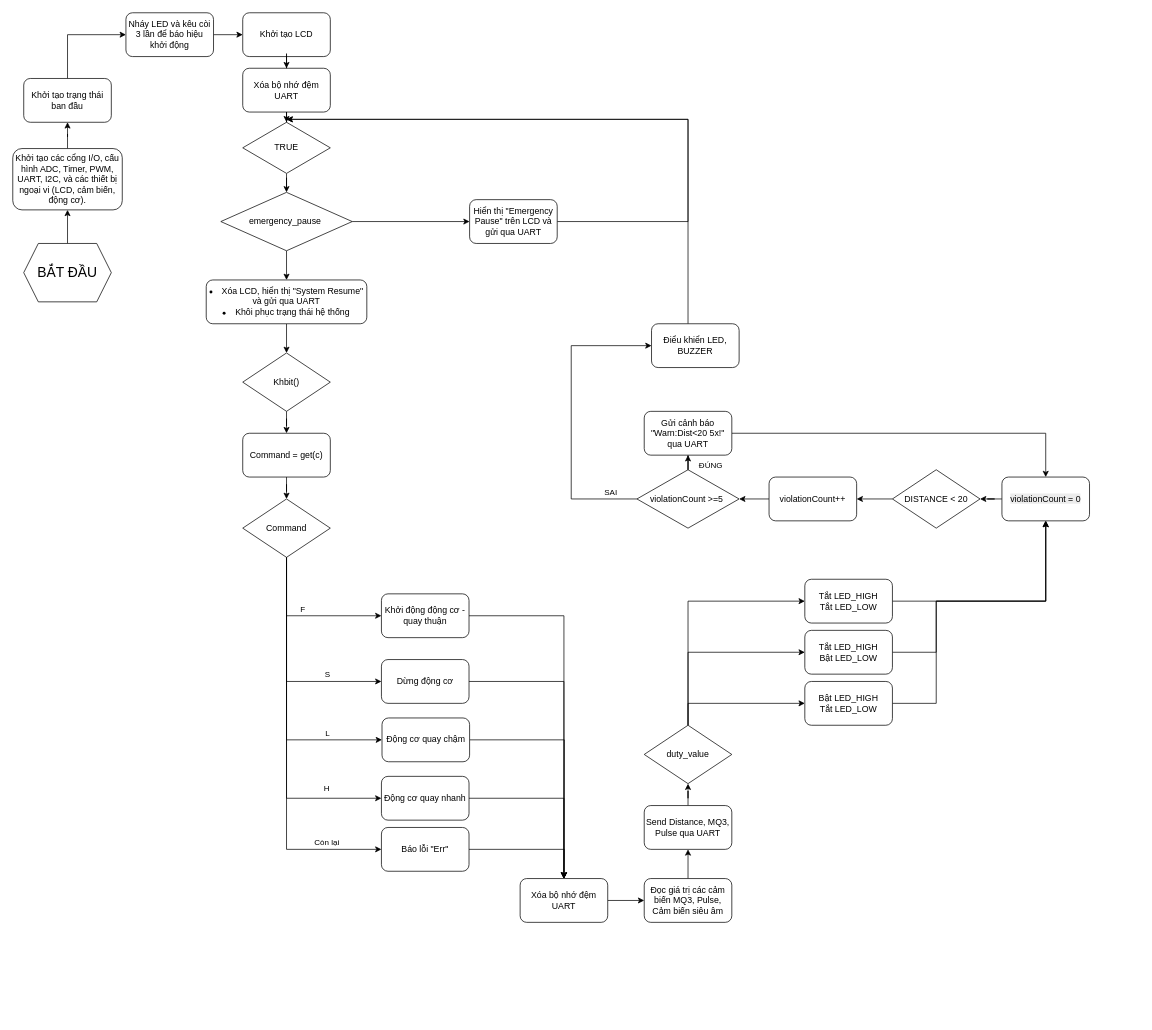
Before: Untitled Diagram.drawio in IyuiwR/PBL3, a draw.io diagram. Source tidied: cells renumbered, new cells numbered last; positions are measured from the earlier drawing's top-left corner, leaving out a move shared by most shapes. Both pictures are drawn from the tidied source at 73%, with x=0, y=0 at pixel (12, 12).
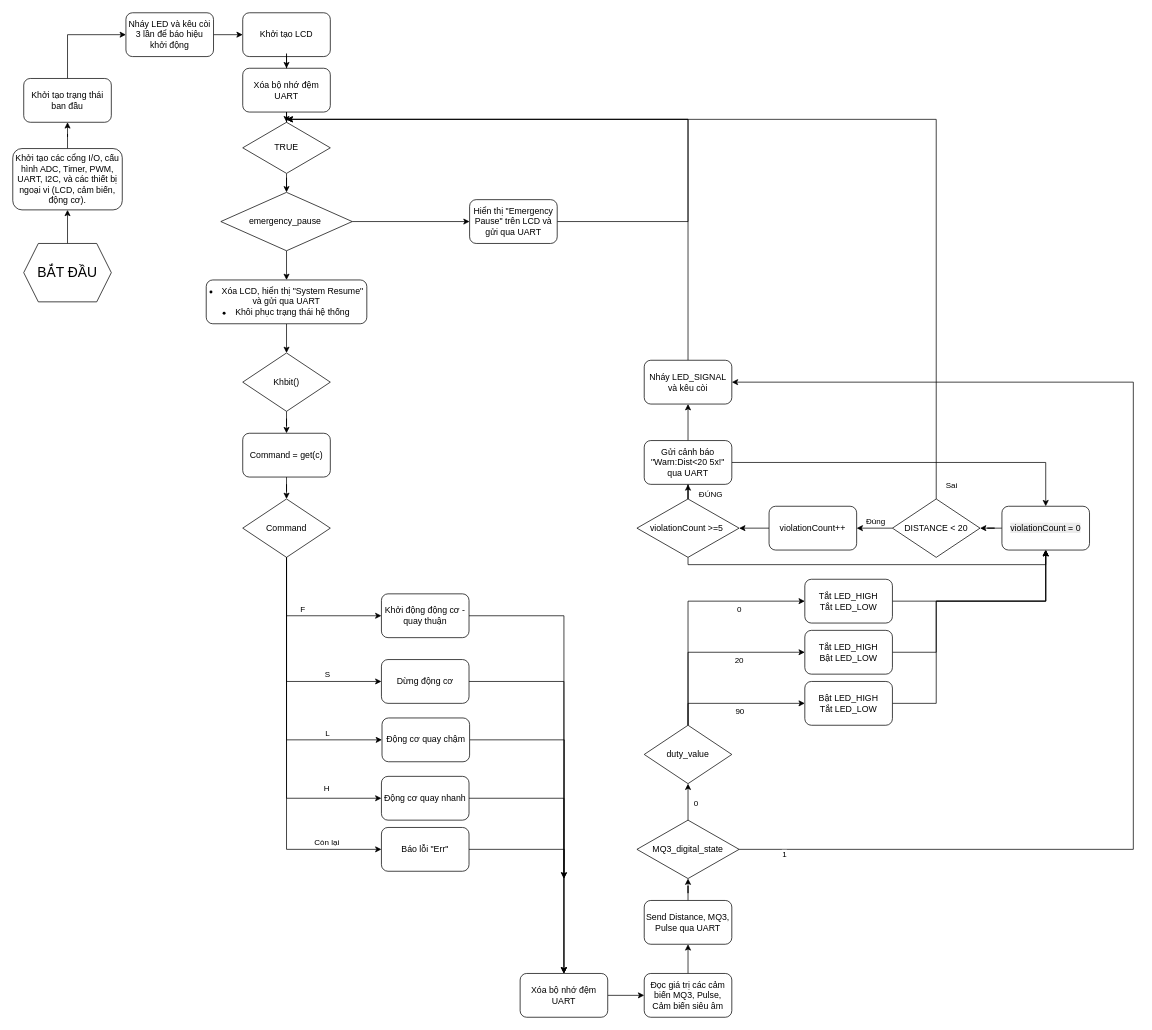
The same diagram, later.

Unchanged cells that the change refers to:
```xml
<mxCell id="56" style="edgeStyle=orthogonalEdgeStyle;rounded=0;jettySize=auto;html=1;entryX=0;entryY=0.5;entryDx=0;entryDy=0;" parent="1" edge="1" source="59" target="61">
  <mxGeometry relative="1" as="geometry">
    <Array as="points">
      <mxPoint x="925" y="946" />
    </Array>
  </mxGeometry>
</mxCell>
<mxCell id="57" style="edgeStyle=orthogonalEdgeStyle;rounded=0;jettySize=auto;html=1;entryX=0;entryY=0.5;entryDx=0;entryDy=0;" parent="1" edge="1" source="59" target="63">
  <mxGeometry relative="1" as="geometry">
    <Array as="points">
      <mxPoint x="925" y="876" />
    </Array>
  </mxGeometry>
</mxCell>
<mxCell id="58" style="edgeStyle=orthogonalEdgeStyle;rounded=0;jettySize=auto;html=1;entryX=0;entryY=0.5;entryDx=0;entryDy=0;" parent="1" edge="1" source="59" target="65">
  <mxGeometry relative="1" as="geometry">
    <Array as="points">
      <mxPoint x="925" y="806" />
    </Array>
  </mxGeometry>
</mxCell>
<mxCell id="59" value="duty_value" style="rhombus;whiteSpace=wrap;html=1;" parent="1" vertex="1">
  <mxGeometry x="865" y="976" width="120" height="80" as="geometry" />
</mxCell>
<mxCell id="66" style="edgeStyle=orthogonalEdgeStyle;rounded=0;jettySize=auto;html=1;" parent="1" edge="1" source="67" target="69">
  <mxGeometry relative="1" as="geometry" />
</mxCell>
```

Change to the diagram source:
```diff
@@
     <mxCell id="40" value="Xóa bộ nhớ đệm UART" style="rounded=1;whiteSpace=wrap;html=1;" parent="1" vertex="1">
-      <mxGeometry x="695" y="1186" width="120" height="60" as="geometry" />
+      <mxGeometry x="695" y="1316" width="120" height="60" as="geometry" />
     </mxCell>
@@
     <mxCell id="42" value="Đọc giá trị các cảm biến MQ3, Pulse, Cảm biến siêu âm" style="rounded=1;whiteSpace=wrap;html=1;" parent="1" vertex="1">
-      <mxGeometry x="865" y="1186" width="120" height="60" as="geometry" />
+      <mxGeometry x="865" y="1316" width="120" height="60" as="geometry" />
     </mxCell>
-    <mxCell id="43" style="edgeStyle=orthogonalEdgeStyle;rounded=0;jettySize=auto;html=1;" parent="1" edge="1" source="44" target="59">
-      <mxGeometry relative="1" as="geometry" />
-    </mxCell>
+    <mxCell id="79" style="edgeStyle=orthogonalEdgeStyle;rounded=0;jettySize=auto;html=1;" parent="1" edge="1" source="44" target="92">
+      <mxGeometry relative="1" as="geometry" />
+    </mxCell>
     <mxCell id="44" value="Send Distance,&amp;nbsp;&lt;span style=&quot;background-color: transparent; color: light-dark(rgb(0, 0, 0), rgb(255, 255, 255));&quot;&gt;MQ3, Pulse qua UART&lt;/span&gt;" style="rounded=1;whiteSpace=wrap;html=1;" parent="1" vertex="1">
-      <mxGeometry x="865" y="1086" width="120" height="60" as="geometry" />
+      <mxGeometry x="865" y="1216" width="120" height="60" as="geometry" />
     </mxCell>
-    <mxCell id="45" style="edgeStyle=orthogonalEdgeStyle;rounded=0;jettySize=auto;html=1;" parent="1" edge="1" source="46">
-      <mxGeometry relative="1" as="geometry">
-        <mxPoint x="375" y="146" as="targetPoint" />
-        <Array as="points">
-          <mxPoint x="925" y="146" />
-        </Array>
-      </mxGeometry>
-    </mxCell>
-    <mxCell id="46" value="Điểu khiển LED, BUZZER" style="rounded=1;whiteSpace=wrap;html=1;" parent="1" vertex="1">
-      <mxGeometry x="875" y="426" width="120" height="60" as="geometry" />
-    </mxCell>
@@
+    <mxCell id="80" value="90" style="edgeLabel;html=1;align=center;verticalAlign=middle;" parent="56" vertex="1">
+      <mxGeometry x="-0.01" y="-4" relative="1" as="geometry">
+        <mxPoint x="6" y="6" as="offset" />
+      </mxGeometry>
+    </mxCell>
@@
+    <mxCell id="81" value="20" style="edgeLabel;html=1;align=center;verticalAlign=middle;" parent="57" vertex="1">
+      <mxGeometry x="0.27" y="5" relative="1" as="geometry">
+        <mxPoint x="4" y="15" as="offset" />
+      </mxGeometry>
+    </mxCell>
@@
+    <mxCell id="82" value="0" style="edgeLabel;html=1;align=center;verticalAlign=middle;" parent="58" vertex="1">
+      <mxGeometry x="0.5" y="5" relative="1" as="geometry">
+        <mxPoint x="-9" y="15" as="offset" />
+      </mxGeometry>
+    </mxCell>
@@
+    <mxCell id="83" value="Đúng" style="edgeLabel;html=1;align=center;verticalAlign=middle;" parent="66" vertex="1">
+      <mxGeometry x="-0.03" y="2" relative="1" as="geometry">
+        <mxPoint y="-12" as="offset" />
+      </mxGeometry>
+    </mxCell>
+    <mxCell id="84" style="edgeStyle=orthogonalEdgeStyle;rounded=0;jettySize=auto;html=1;" parent="1" edge="1" source="67">
+      <mxGeometry relative="1" as="geometry">
+        <mxPoint x="375" y="146" as="targetPoint" />
+        <Array as="points">
+          <mxPoint x="1265" y="146" />
+        </Array>
+      </mxGeometry>
+    </mxCell>
+    <mxCell id="85" value="Sai" style="edgeLabel;html=1;align=center;verticalAlign=middle;" parent="84" vertex="1">
+      <mxGeometry x="-0.87" y="-5" relative="1" as="geometry">
+        <mxPoint x="15" y="73" as="offset" />
+      </mxGeometry>
+    </mxCell>
     <mxCell id="67" value="DISTANCE &amp;lt; 20" style="rhombus;whiteSpace=wrap;html=1;" parent="1" vertex="1">
-      <mxGeometry x="1205" y="626" width="120" height="80" as="geometry" />
+      <mxGeometry x="1205" y="666" width="120" height="80" as="geometry" />
     </mxCell>
@@
     <mxCell id="69" value="&lt;div&gt;violationCount++&lt;/div&gt;" style="rounded=1;whiteSpace=wrap;html=1;" parent="1" vertex="1">
-      <mxGeometry x="1036" y="636" width="120" height="60" as="geometry" />
+      <mxGeometry x="1036" y="676" width="120" height="60" as="geometry" />
     </mxCell>
@@
-    <mxCell id="72" style="edgeStyle=orthogonalEdgeStyle;rounded=0;jettySize=auto;html=1;entryX=0;entryY=0.5;entryDx=0;entryDy=0;" parent="1" edge="1" source="74" target="46">
-      <mxGeometry relative="1" as="geometry">
-        <Array as="points">
-          <mxPoint x="765" y="666" />
-          <mxPoint x="765" y="456" />
-        </Array>
-      </mxGeometry>
-    </mxCell>
-    <mxCell id="73" value="SAI" style="edgeLabel;html=1;align=center;verticalAlign=middle;" parent="72" vertex="1">
-      <mxGeometry x="-0.82" y="-1" relative="1" as="geometry">
-        <mxPoint y="-9" as="offset" />
-      </mxGeometry>
-    </mxCell>
+    <mxCell id="86" style="edgeStyle=orthogonalEdgeStyle;rounded=0;jettySize=auto;html=1;entryX=0.5;entryY=1;entryDx=0;entryDy=0;" parent="1" edge="1" source="74" target="78">
+      <mxGeometry relative="1" as="geometry">
+        <Array as="points">
+          <mxPoint x="925" y="756" />
+          <mxPoint x="1415" y="756" />
+        </Array>
+      </mxGeometry>
+    </mxCell>
     <mxCell id="74" value="&lt;div&gt;violationCount &amp;gt;=5&amp;nbsp;&lt;/div&gt;" style="rhombus;whiteSpace=wrap;html=1;" parent="1" vertex="1">
-      <mxGeometry x="855" y="626" width="140" height="80" as="geometry" />
+      <mxGeometry x="855" y="666" width="140" height="80" as="geometry" />
     </mxCell>
@@
+    <mxCell id="87" style="edgeStyle=orthogonalEdgeStyle;rounded=0;jettySize=auto;html=1;" parent="1" edge="1" source="76" target="94">
+      <mxGeometry relative="1" as="geometry" />
+    </mxCell>
     <mxCell id="76" value="&lt;div&gt;Gửi cảnh báo &quot;Warn:Dist&amp;lt;20 5x!&quot; qua UART&lt;/div&gt;" style="rounded=1;whiteSpace=wrap;html=1;" parent="1" vertex="1">
-      <mxGeometry x="865" y="546" width="120" height="60" as="geometry" />
+      <mxGeometry x="865" y="586" width="120" height="60" as="geometry" />
     </mxCell>
@@
     <mxCell id="78" value="&lt;span style=&quot;color: rgb(0, 0, 0); font-family: Helvetica; font-size: 12px; font-style: normal; font-variant-ligatures: normal; font-variant-caps: normal; font-weight: 400; letter-spacing: normal; orphans: 2; text-align: center; text-indent: 0px; text-transform: none; widows: 2; word-spacing: 0px; -webkit-text-stroke-width: 0px; white-space: normal; background-color: rgb(236, 236, 236); text-decoration-thickness: initial; text-decoration-style: initial; text-decoration-color: initial; float: none; display: inline !important;&quot;&gt;violationCount = 0&lt;/span&gt;" style="rounded=1;whiteSpace=wrap;html=1;" parent="1" vertex="1">
-      <mxGeometry x="1355" y="636" width="120" height="60" as="geometry" />
+      <mxGeometry x="1355" y="676" width="120" height="60" as="geometry" />
     </mxCell>
+    <mxCell id="88" style="edgeStyle=orthogonalEdgeStyle;rounded=0;jettySize=auto;html=1;entryX=1;entryY=0.5;entryDx=0;entryDy=0;" parent="1" edge="1" source="92" target="94">
+      <mxGeometry relative="1" as="geometry">
+        <Array as="points">
+          <mxPoint x="1535" y="1146" />
+          <mxPoint x="1535" y="506" />
+        </Array>
+      </mxGeometry>
+    </mxCell>
+    <mxCell id="89" value="1" style="edgeLabel;html=1;align=center;verticalAlign=middle;" parent="88" vertex="1">
+      <mxGeometry x="-0.93" y="-6" relative="1" as="geometry" />
+    </mxCell>
+    <mxCell id="90" style="edgeStyle=orthogonalEdgeStyle;rounded=0;jettySize=auto;html=1;" parent="1" edge="1" source="92" target="59">
+      <mxGeometry relative="1" as="geometry" />
+    </mxCell>
+    <mxCell id="91" value="0" style="edgeLabel;html=1;align=center;verticalAlign=middle;" parent="90" vertex="1">
+      <mxGeometry x="-0.06" y="1" relative="1" as="geometry">
+        <mxPoint x="11" as="offset" />
+      </mxGeometry>
+    </mxCell>
+    <mxCell id="92" value="&lt;div&gt;MQ3_digital_state&lt;/div&gt;" style="rhombus;whiteSpace=wrap;html=1;" parent="1" vertex="1">
+      <mxGeometry x="855" y="1106" width="140" height="80" as="geometry" />
+    </mxCell>
+    <mxCell id="93" style="edgeStyle=orthogonalEdgeStyle;rounded=0;jettySize=auto;html=1;" parent="1" edge="1" source="94">
+      <mxGeometry relative="1" as="geometry">
+        <mxPoint x="375" y="146" as="targetPoint" />
+        <Array as="points">
+          <mxPoint x="925" y="146" />
+        </Array>
+      </mxGeometry>
+    </mxCell>
+    <mxCell id="94" value="&lt;div&gt;Nháy LED_SIGNAL và kêu còi&lt;/div&gt;" style="rounded=1;whiteSpace=wrap;html=1;" parent="1" vertex="1">
+      <mxGeometry x="865" y="476" width="120" height="60" as="geometry" />
+    </mxCell>
```
